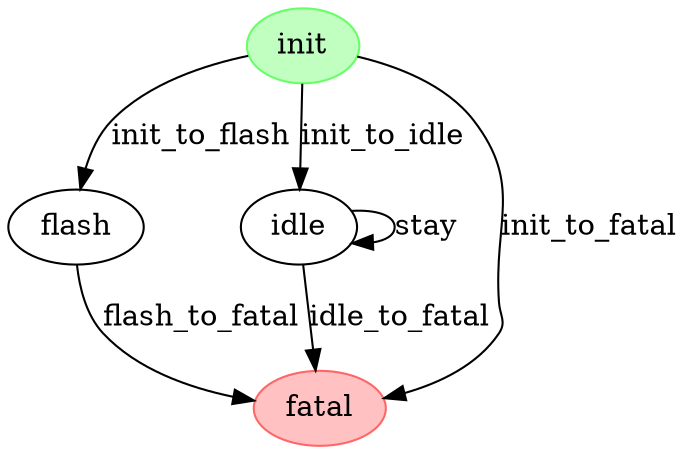
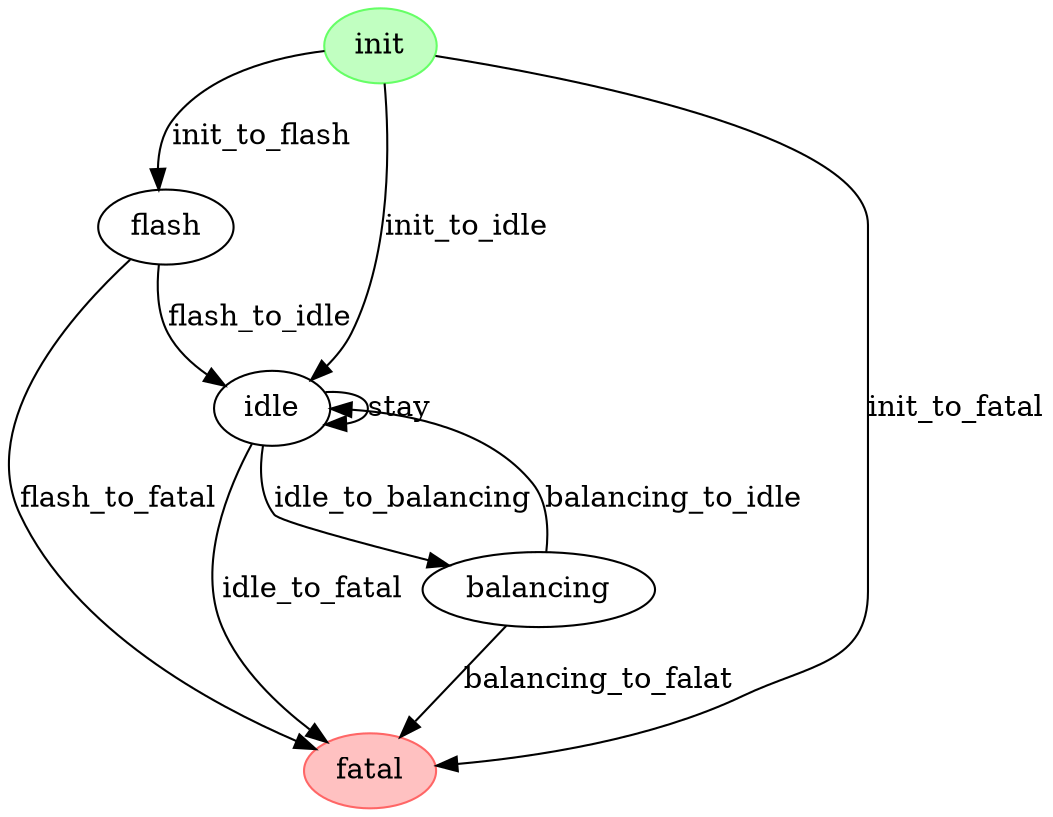
digraph "gv_fsm example" {
    bgcolor="white"
    layout="dot"
    center=true
    concentrate=false

    init [
        style="filled"
        color="#66ff66"
        fillcolor="#c1ffc1"
    ]
    flash
    idle
+     balancing
    fatal [
        style="filled"
        color="#ff6666"
        fillcolor="#ffc1c1"
    ]

    init -> idle [label="init_to_idle"]
    init -> flash [label="init_to_flash"]
    init -> fatal [label="init_to_fatal"]
+     flash -> idle [label="flash_to_idle"]
    flash -> fatal [label="flash_to_fatal"]
    idle -> idle [label="stay"]
+     idle -> balancing [label="idle_to_balancing"]
    idle -> fatal[label="idle_to_fatal"]
+     balancing -> idle [label="balancing_to_idle"]
+     balancing -> fatal [label="balancing_to_falat"]
}
